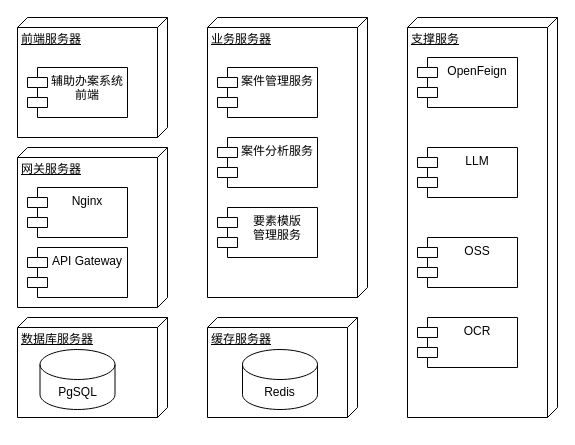
Before: 系统物理视图.drawio in Lainy0605/graduate, a draw.io diagram. Source tidied: cells renumbered, new cells numbered last; positions are measured from the earlier drawing's top-left corner, leaving out a move shared by most shapes. Both pictures are drawn from the tidied source at 100%, with x=0, y=0 at pixel (17, 17).
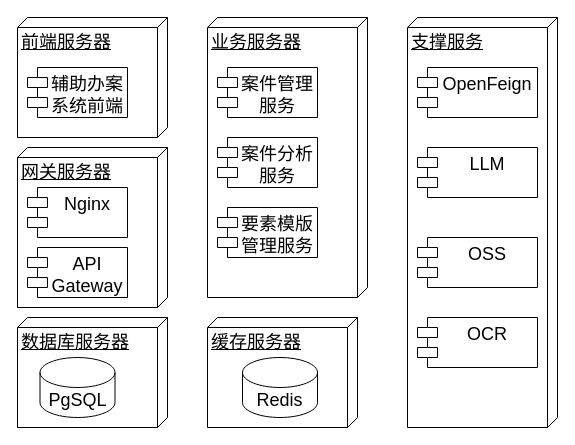
After the change.

Commit message:
更新系统物理视图.drawio

What changed in the source:
```diff
@@
 <mxGraphModel>
   <root>
     <mxCell id="0" />
     <mxCell id="1" parent="0" />
-    <mxCell id="2" value="前端服务器" style="verticalAlign=top;align=left;spacingTop=8;spacingLeft=2;spacingRight=12;shape=cube;size=10;direction=south;fontStyle=4;html=1;whiteSpace=wrap;" parent="1" vertex="1">
+    <mxCell id="2" value="前端服务器" style="verticalAlign=top;align=left;spacingTop=8;spacingLeft=2;spacingRight=12;shape=cube;size=10;direction=south;fontStyle=4;html=1;whiteSpace=wrap;fontSize=18;" parent="1" vertex="1">
       <mxGeometry width="150" height="120" as="geometry" />
     </mxCell>
-    <mxCell id="3" value="辅助办案系统前端" style="shape=module;align=left;spacingLeft=20;align=center;verticalAlign=top;whiteSpace=wrap;html=1;" parent="1" vertex="1">
+    <mxCell id="3" value="辅助办案系统前端" style="shape=module;align=left;spacingLeft=20;align=center;verticalAlign=top;whiteSpace=wrap;html=1;fontSize=18;" parent="1" vertex="1">
       <mxGeometry x="10" y="50" width="100" height="50" as="geometry" />
     </mxCell>
-    <mxCell id="4" value="网关服务器" style="verticalAlign=top;align=left;spacingTop=8;spacingLeft=2;spacingRight=12;shape=cube;size=10;direction=south;fontStyle=4;html=1;whiteSpace=wrap;" parent="1" vertex="1">
+    <mxCell id="4" value="网关服务器" style="verticalAlign=top;align=left;spacingTop=8;spacingLeft=2;spacingRight=12;shape=cube;size=10;direction=south;fontStyle=4;html=1;whiteSpace=wrap;fontSize=18;" parent="1" vertex="1">
       <mxGeometry y="130" width="150" height="160" as="geometry" />
     </mxCell>
-    <mxCell id="5" value="Nginx" style="shape=module;align=left;spacingLeft=20;align=center;verticalAlign=top;whiteSpace=wrap;html=1;" parent="1" vertex="1">
+    <mxCell id="5" value="Nginx" style="shape=module;align=left;spacingLeft=20;align=center;verticalAlign=top;whiteSpace=wrap;html=1;fontSize=18;" parent="1" vertex="1">
       <mxGeometry x="10" y="170" width="100" height="50" as="geometry" />
     </mxCell>
-    <mxCell id="6" value="API Gateway" style="shape=module;align=left;spacingLeft=20;align=center;verticalAlign=top;whiteSpace=wrap;html=1;" parent="1" vertex="1">
+    <mxCell id="6" value="API Gateway" style="shape=module;align=left;spacingLeft=20;align=center;verticalAlign=top;whiteSpace=wrap;html=1;fontSize=18;" parent="1" vertex="1">
       <mxGeometry x="10" y="230" width="100" height="50" as="geometry" />
     </mxCell>
-    <mxCell id="7" value="数据库服务器" style="verticalAlign=top;align=left;spacingTop=8;spacingLeft=2;spacingRight=12;shape=cube;size=10;direction=south;fontStyle=4;html=1;whiteSpace=wrap;" parent="1" vertex="1">
-      <mxGeometry y="300" width="150" height="100" as="geometry" />
+    <mxCell id="7" value="数据库服务器" style="verticalAlign=top;align=left;spacingTop=8;spacingLeft=2;spacingRight=12;shape=cube;size=10;direction=south;fontStyle=4;html=1;whiteSpace=wrap;fontSize=18;" parent="1" vertex="1">
+      <mxGeometry y="300" width="150" height="110" as="geometry" />
     </mxCell>
-    <mxCell id="8" value="业务服务器" style="verticalAlign=top;align=left;spacingTop=8;spacingLeft=2;spacingRight=12;shape=cube;size=10;direction=south;fontStyle=4;html=1;whiteSpace=wrap;" parent="1" vertex="1">
+    <mxCell id="8" value="业务服务器" style="verticalAlign=top;align=left;spacingTop=8;spacingLeft=2;spacingRight=12;shape=cube;size=10;direction=south;fontStyle=4;html=1;whiteSpace=wrap;fontSize=18;" parent="1" vertex="1">
       <mxGeometry x="190" width="160" height="280" as="geometry" />
     </mxCell>
-    <mxCell id="9" value="案件管理服务" style="shape=module;align=left;spacingLeft=20;align=center;verticalAlign=top;whiteSpace=wrap;html=1;" parent="1" vertex="1">
+    <mxCell id="9" value="案件管理服务" style="shape=module;align=left;spacingLeft=20;align=center;verticalAlign=top;whiteSpace=wrap;html=1;fontSize=18;" parent="1" vertex="1">
       <mxGeometry x="200" y="50" width="100" height="50" as="geometry" />
     </mxCell>
-    <mxCell id="10" value="案件分析服务" style="shape=module;align=left;spacingLeft=20;align=center;verticalAlign=top;whiteSpace=wrap;html=1;" parent="1" vertex="1">
+    <mxCell id="10" value="案件分析服务" style="shape=module;align=left;spacingLeft=20;align=center;verticalAlign=top;whiteSpace=wrap;html=1;fontSize=18;" parent="1" vertex="1">
       <mxGeometry x="200" y="120" width="100" height="50" as="geometry" />
     </mxCell>
-    <mxCell id="11" value="要素模版&lt;div&gt;管理服务&lt;/div&gt;" style="shape=module;align=left;spacingLeft=20;align=center;verticalAlign=top;whiteSpace=wrap;html=1;" parent="1" vertex="1">
+    <mxCell id="11" value="要素模版&lt;div&gt;管理服务&lt;/div&gt;" style="shape=module;align=left;spacingLeft=20;align=center;verticalAlign=top;whiteSpace=wrap;html=1;fontSize=18;" parent="1" vertex="1">
       <mxGeometry x="200" y="190" width="100" height="50" as="geometry" />
     </mxCell>
-    <mxCell id="12" value="支撑服务" style="verticalAlign=top;align=left;spacingTop=8;spacingLeft=2;spacingRight=12;shape=cube;size=10;direction=south;fontStyle=4;html=1;whiteSpace=wrap;" parent="1" vertex="1">
-      <mxGeometry x="390" width="150" height="400" as="geometry" />
+    <mxCell id="12" value="支撑服务" style="verticalAlign=top;align=left;spacingTop=8;spacingLeft=2;spacingRight=12;shape=cube;size=10;direction=south;fontStyle=4;html=1;whiteSpace=wrap;fontSize=18;" parent="1" vertex="1">
+      <mxGeometry x="390" width="150" height="410" as="geometry" />
     </mxCell>
-    <mxCell id="13" value="OpenFeign" style="shape=module;align=left;spacingLeft=20;align=center;verticalAlign=top;whiteSpace=wrap;html=1;" parent="1" vertex="1">
-      <mxGeometry x="400" y="40" width="100" height="50" as="geometry" />
+    <mxCell id="13" value="OpenFeign" style="shape=module;align=left;spacingLeft=20;align=center;verticalAlign=top;whiteSpace=wrap;html=1;fontSize=18;" parent="1" vertex="1">
+      <mxGeometry x="400" y="50" width="120" height="50" as="geometry" />
     </mxCell>
-    <mxCell id="14" value="OSS" style="shape=module;align=left;spacingLeft=20;align=center;verticalAlign=top;whiteSpace=wrap;html=1;" parent="1" vertex="1">
-      <mxGeometry x="400" y="220" width="100" height="50" as="geometry" />
+    <mxCell id="14" value="OSS" style="shape=module;align=left;spacingLeft=20;align=center;verticalAlign=top;whiteSpace=wrap;html=1;fontSize=18;" parent="1" vertex="1">
+      <mxGeometry x="400" y="220" width="120" height="50" as="geometry" />
     </mxCell>
-    <mxCell id="15" value="OCR" style="shape=module;align=left;spacingLeft=20;align=center;verticalAlign=top;whiteSpace=wrap;html=1;" parent="1" vertex="1">
-      <mxGeometry x="400" y="300" width="100" height="50" as="geometry" />
+    <mxCell id="15" value="OCR" style="shape=module;align=left;spacingLeft=20;align=center;verticalAlign=top;whiteSpace=wrap;html=1;fontSize=18;" parent="1" vertex="1">
+      <mxGeometry x="400" y="300" width="120" height="50" as="geometry" />
     </mxCell>
-    <mxCell id="16" value="缓存服务器" style="verticalAlign=top;align=left;spacingTop=8;spacingLeft=2;spacingRight=12;shape=cube;size=10;direction=south;fontStyle=4;html=1;whiteSpace=wrap;" parent="1" vertex="1">
-      <mxGeometry x="190" y="300" width="150" height="100" as="geometry" />
+    <mxCell id="16" value="缓存服务器" style="verticalAlign=top;align=left;spacingTop=8;spacingLeft=2;spacingRight=12;shape=cube;size=10;direction=south;fontStyle=4;html=1;whiteSpace=wrap;fontSize=18;" parent="1" vertex="1">
+      <mxGeometry x="190" y="300" width="150" height="110" as="geometry" />
     </mxCell>
-    <mxCell id="17" value="Redis" style="shape=cylinder3;whiteSpace=wrap;html=1;boundedLbl=1;backgroundOutline=1;size=15;" parent="1" vertex="1">
-      <mxGeometry x="225" y="332" width="75" height="60" as="geometry" />
+    <mxCell id="17" value="Redis" style="shape=cylinder3;whiteSpace=wrap;html=1;boundedLbl=1;backgroundOutline=1;size=15;fontSize=18;" parent="1" vertex="1">
+      <mxGeometry x="225" y="340" width="75" height="60" as="geometry" />
     </mxCell>
-    <mxCell id="18" value="PgSQL" style="shape=cylinder3;whiteSpace=wrap;html=1;boundedLbl=1;backgroundOutline=1;size=15;" parent="1" vertex="1">
-      <mxGeometry x="22.5" y="332" width="75" height="60" as="geometry" />
+    <mxCell id="18" value="PgSQL" style="shape=cylinder3;whiteSpace=wrap;html=1;boundedLbl=1;backgroundOutline=1;size=15;fontSize=18;" parent="1" vertex="1">
+      <mxGeometry x="22.5" y="340" width="75" height="60" as="geometry" />
     </mxCell>
-    <mxCell id="19" value="LLM" style="shape=module;align=left;spacingLeft=20;align=center;verticalAlign=top;whiteSpace=wrap;html=1;" parent="1" vertex="1">
-      <mxGeometry x="400" y="130" width="100" height="50" as="geometry" />
+    <mxCell id="19" value="LLM" style="shape=module;align=left;spacingLeft=20;align=center;verticalAlign=top;whiteSpace=wrap;html=1;fontSize=18;" parent="1" vertex="1">
+      <mxGeometry x="400" y="130" width="120" height="50" as="geometry" />
     </mxCell>
   </root>
 </mxGraphModel>
```
